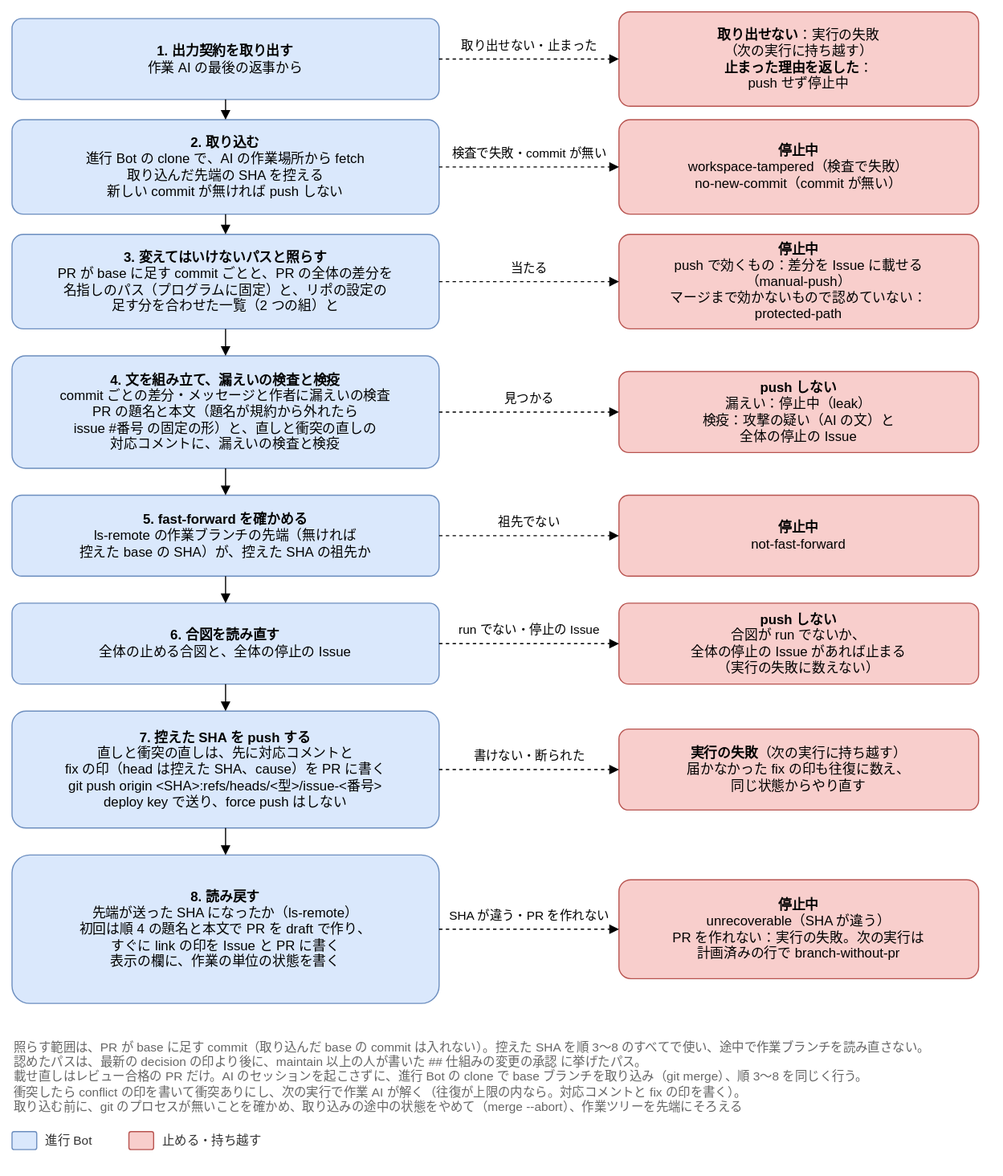
Earlier version of the draw.io export docs/design/basic/diagrams/02-push.drawio.svg (Joymerrevent/dev-autopilot). Source tidied: cells renumbered, new cells last; positions are measured from the earlier drawing's top-left corner, leaving out a move shared by most shapes.
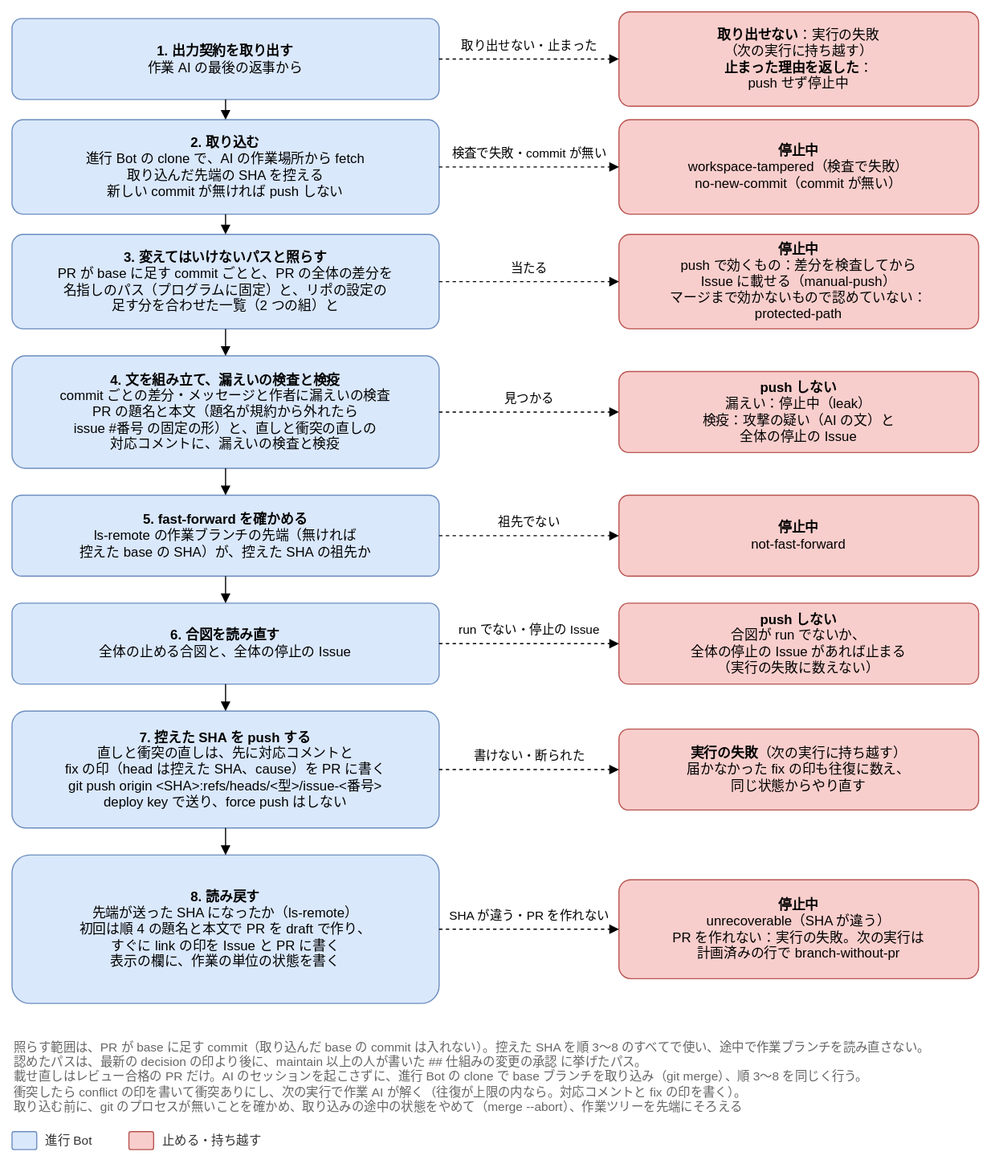
After the commit.

Commit message:
docs(design): manual-push の後の PR の作り方を、基本設計 02 の図に足す

- 02-next-step-in-progress：注記に、manual-push から続きからで戻し、人が push して
  いれば、進行 Bot が PR を作ることを足す
- 02-push：停止中の箱に、差分を検査してから Issue に載せることを書く

What changed in the source:
```diff
@@ -30,7 +30,7 @@
     <mxCell id="9" value="&lt;b&gt;3. 変えてはいけないパスと照らす&lt;/b&gt;&lt;br&gt;PR が base に足す commit ごとと、PR の全体の差分を&lt;br&gt;名指しのパス（プログラムに固定）と、リポの設定の&lt;br&gt;足す分を合わせた一覧（2 つの組）と" style="rounded=1;whiteSpace=wrap;html=1;fontSize=12;arcSize=12;spacing=12;fillColor=#dae8fc;strokeColor=#6c8ebf;" parent="1" vertex="1">
       <mxGeometry y="198" width="380" height="84" as="geometry" />
     </mxCell>
-    <mxCell id="10" value="&lt;b&gt;停止中&lt;/b&gt;&lt;br&gt;push で効くもの：差分を Issue に載せる&lt;br&gt;（manual-push）&lt;br&gt;マージまで効かないもので認めていない：&lt;br&gt;protected-path" style="rounded=1;whiteSpace=wrap;html=1;fontSize=12;arcSize=12;spacing=12;fillColor=#f8cecc;strokeColor=#b85450;" parent="1" vertex="1">
+    <mxCell id="10" value="&lt;b&gt;停止中&lt;/b&gt;&lt;br&gt;push で効くもの：差分を検査してから&lt;br&gt;Issue に載せる（manual-push）&lt;br&gt;マージまで効かないもので認めていない：&lt;br&gt;protected-path" style="rounded=1;whiteSpace=wrap;html=1;fontSize=12;arcSize=12;spacing=12;fillColor=#f8cecc;strokeColor=#b85450;" parent="1" vertex="1">
       <mxGeometry x="540" y="198" width="320" height="84" as="geometry" />
     </mxCell>
     <mxCell id="11" value="当たる" style="edgeStyle=orthogonalEdgeStyle;rounded=1;html=1;endArrow=block;endFill=1;fontSize=11;labelBackgroundColor=#ffffff;dashed=1;exitX=1;exitY=0.5;exitDx=0;exitDy=0;entryX=0;entryY=0.5;entryDx=0;entryDy=0;" parent="1" edge="1" source="9" target="10">
```
